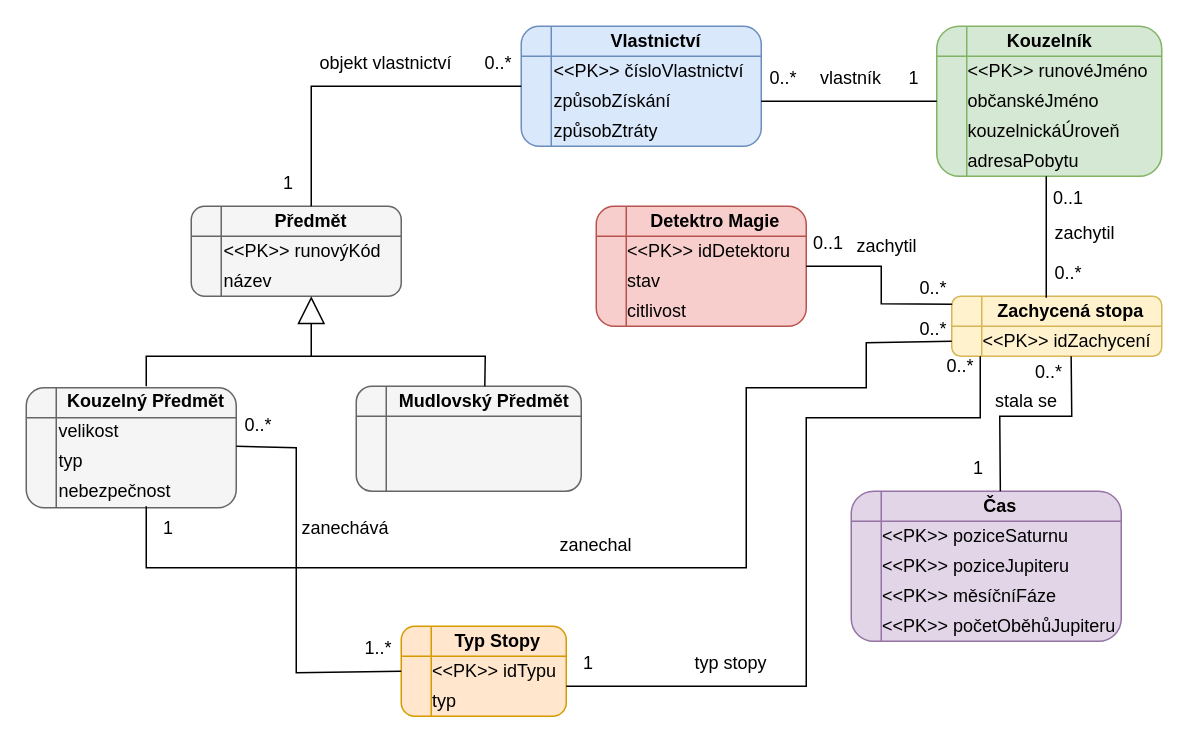
Dandys3900/IDS-Project keeps this draw.io diagram as ERDiagram.drawio. Above is the earlier version. Source tidied: cells renumbered, new cells numbered last; positions are measured from the earlier drawing's top-left corner, leaving out a move shared by most shapes. Both pictures are drawn from the tidied source at 150%, with x=0, y=0 at pixel (26, 26).
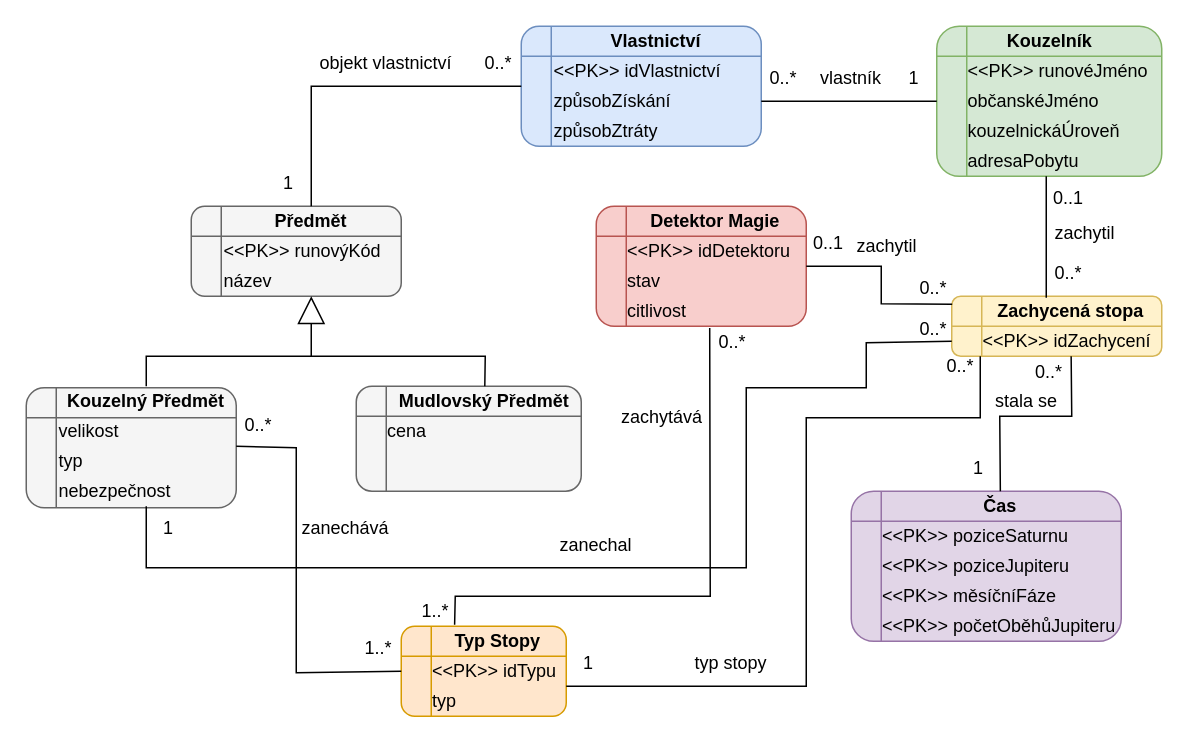
After the change.

Commit message (it also covers changes not shown here):
Update UseCase diagram by adding new action for wizard.

The change refers to these unchanged cells:
```xml
<mxCell id="2" style="group;" parent="1" vertex="1">
  <mxGeometry x="330" width="160" height="80" as="geometry" />
</mxCell>
<mxCell id="24" value="&lt;b&gt;Typ Stopy&lt;/b&gt;" style="text;html=1;align=center;verticalAlign=middle;whiteSpace=wrap;rounded=0;" parent="22" vertex="1">
  <mxGeometry x="18.8" width="91.2" height="20" as="geometry" />
</mxCell>
<mxCell id="31" style="group;" parent="1" vertex="1">
  <mxGeometry x="380" y="120" width="140" height="80" as="geometry" />
</mxCell>
<mxCell id="36" value="citlivost" style="text;html=1;align=left;verticalAlign=middle;whiteSpace=wrap;rounded=0;" parent="31" vertex="1">
  <mxGeometry x="18.8" y="60" width="121.2" height="20" as="geometry" />
</mxCell>
<mxCell id="49" style="group;" parent="37" vertex="1">
  <mxGeometry x="220" y="119" width="150" height="70" as="geometry" />
</mxCell>
```

Diff of the diagram source:
```diff
@@
-    <mxCell id="4" value="&amp;lt;&amp;lt;PK&amp;gt;&amp;gt; čísloVlastnictví" style="text;html=1;align=left;verticalAlign=middle;whiteSpace=wrap;rounded=0;" parent="2" vertex="1">
+    <mxCell id="4" value="&amp;lt;&amp;lt;PK&amp;gt;&amp;gt; idVlastnictví" style="text;html=1;align=left;verticalAlign=middle;whiteSpace=wrap;rounded=0;" parent="2" vertex="1">
       <mxGeometry x="20" y="20" width="140" height="20" as="geometry" />
     </mxCell>
@@
-    <mxCell id="33" value="&lt;b&gt;Detektro Magie&lt;/b&gt;" style="text;html=1;align=center;verticalAlign=middle;whiteSpace=wrap;rounded=0;" parent="31" vertex="1">
+    <mxCell id="33" value="&lt;b&gt;Detektor Magie&lt;/b&gt;" style="text;html=1;align=center;verticalAlign=middle;whiteSpace=wrap;rounded=0;" parent="31" vertex="1">
       <mxGeometry x="18.8" width="121.2" height="20" as="geometry" />
     </mxCell>
@@
+    <mxCell id="86" value="cena" style="text;html=1;align=left;verticalAlign=middle;whiteSpace=wrap;rounded=0;" parent="49" vertex="1">
+      <mxGeometry x="19.4" y="20" width="120" height="20" as="geometry" />
+    </mxCell>
@@
+    <mxCell id="87" style="endArrow=none;html=1;rounded=0;entryX=0.469;entryY=1.062;entryDx=0;entryDy=0;exitX=0.184;exitY=-0.048;exitDx=0;exitDy=0;exitPerimeter=0;entryPerimeter=0;" parent="1" edge="1" source="24" target="36">
+      <mxGeometry relative="1" as="geometry">
+        <Array as="points">
+          <mxPoint x="286" y="380" />
+          <mxPoint x="456" y="380" />
+        </Array>
+      </mxGeometry>
+    </mxCell>
+    <mxCell id="88" value="zachytává" style="text;html=1;align=center;verticalAlign=middle;whiteSpace=wrap;rounded=0;" parent="1" vertex="1">
+      <mxGeometry x="394" y="246" width="60" height="30" as="geometry" />
+    </mxCell>
+    <mxCell id="89" value="1..*" style="text;html=1;align=center;verticalAlign=middle;whiteSpace=wrap;rounded=0;" parent="1" vertex="1">
+      <mxGeometry x="258" y="375" width="30" height="30" as="geometry" />
+    </mxCell>
+    <mxCell id="90" value="0..*" style="text;html=1;align=center;verticalAlign=middle;whiteSpace=wrap;rounded=0;" parent="1" vertex="1">
+      <mxGeometry x="456" y="196" width="30" height="30" as="geometry" />
+    </mxCell>
```
